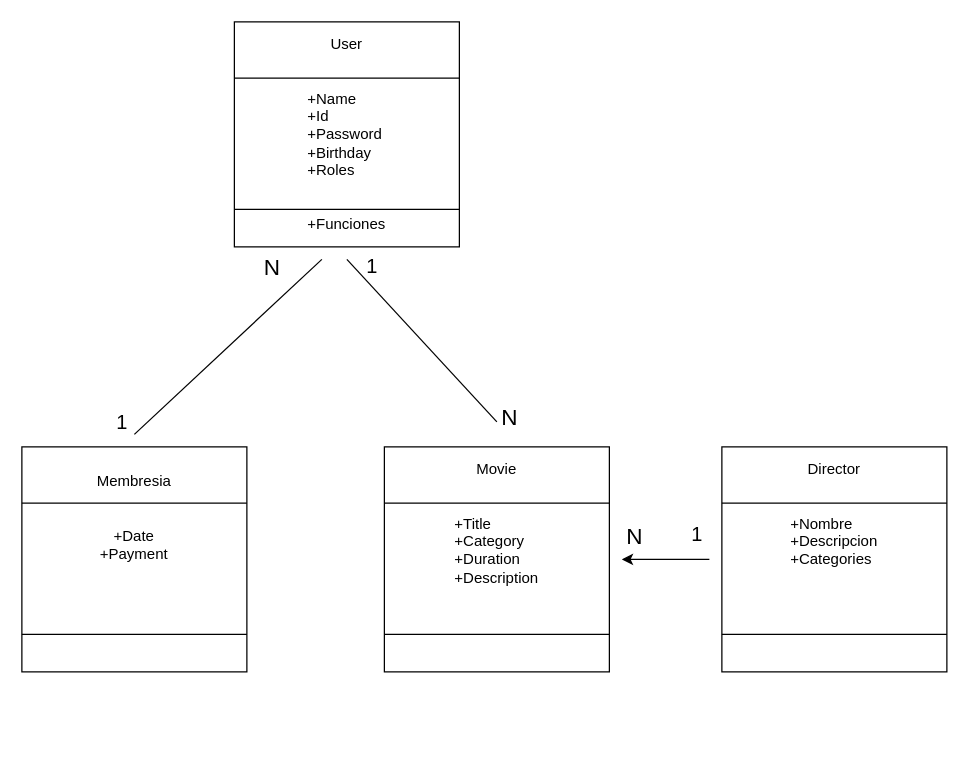
The draw.io diagram docs/ModeloDeDominio.drawio in Francesco-Dagostino/FantacineApi, before the edit. Source tidied: cells renumbered, new cells numbered last; positions are measured from the earlier drawing's top-left corner, leaving out a move shared by most shapes. Both pictures are drawn from the tidied source at 125%, with x=0, y=0 at pixel (21, 21).
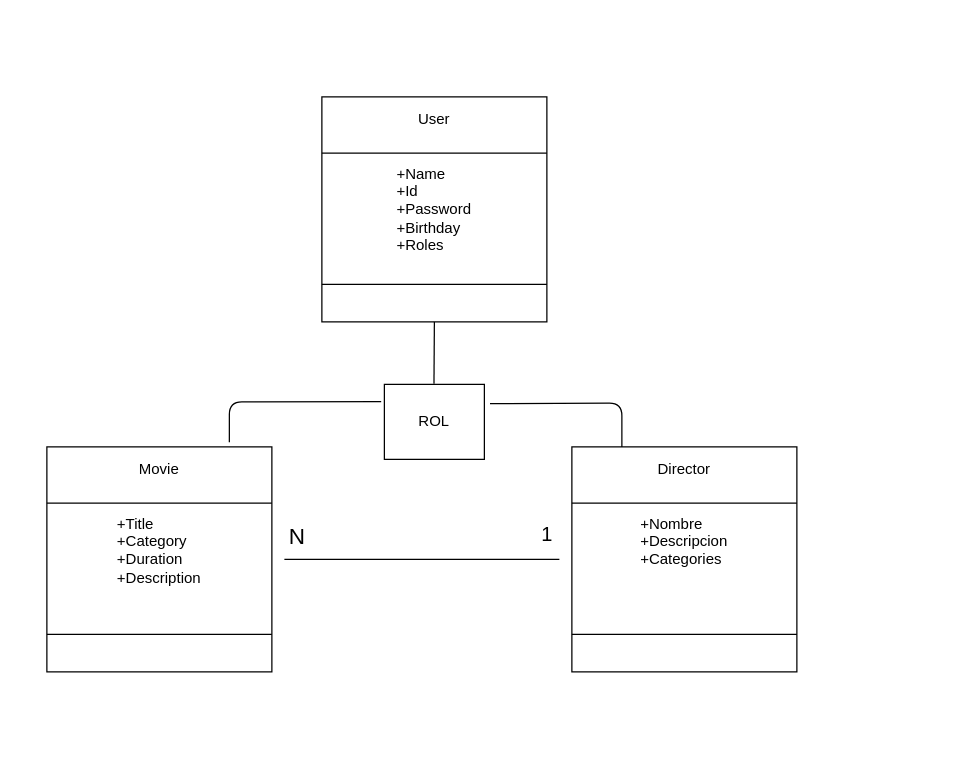
Above is the later version.

Commit message:
Correccion ModeloDeDominio

What changed in the source:
```diff
@@
     <mxCell id="2" style="endArrow=none;html=1;" parent="1" edge="1">
       <mxGeometry relative="1" as="geometry">
-        <mxPoint x="180" y="70" as="sourcePoint" />
-        <mxPoint x="180" y="70" as="targetPoint" />
+        <mxPoint x="250" y="130" as="sourcePoint" />
+        <mxPoint x="250" y="130" as="targetPoint" />
       </mxGeometry>
     </mxCell>
-    <mxCell id="3" value="&lt;div style=&quot;&quot;&gt;&lt;span style=&quot;background-color: initial;&quot;&gt;User&lt;/span&gt;&lt;/div&gt;&lt;div style=&quot;&quot;&gt;&lt;br&gt;&lt;/div&gt;&lt;div style=&quot;&quot;&gt;&lt;br&gt;&lt;/div&gt;&lt;div style=&quot;text-align: justify;&quot;&gt;&lt;span style=&quot;background-color: initial;&quot;&gt;+Name&lt;/span&gt;&lt;/div&gt;&lt;div style=&quot;text-align: justify;&quot;&gt;&lt;span style=&quot;background-color: initial;&quot;&gt;+Id&lt;/span&gt;&lt;/div&gt;&lt;div style=&quot;text-align: justify;&quot;&gt;&lt;span style=&quot;background-color: initial;&quot;&gt;+Password&lt;/span&gt;&lt;/div&gt;&lt;div style=&quot;text-align: justify;&quot;&gt;&lt;span style=&quot;background-color: initial;&quot;&gt;+Birthday&lt;/span&gt;&lt;/div&gt;&lt;div style=&quot;text-align: justify;&quot;&gt;&lt;span style=&quot;background-color: initial;&quot;&gt;+Roles&lt;/span&gt;&lt;/div&gt;&lt;div style=&quot;text-align: justify;&quot;&gt;&lt;br&gt;&lt;/div&gt;&lt;div style=&quot;text-align: justify;&quot;&gt;&lt;br&gt;&lt;/div&gt;&lt;div style=&quot;&quot;&gt;&lt;span style=&quot;background-color: initial;&quot;&gt;+Funciones&lt;/span&gt;&lt;/div&gt;" style="whiteSpace=wrap;html=1;" parent="1" vertex="1">
-      <mxGeometry x="170" width="180" height="180" as="geometry" />
+    <mxCell id="3" value="&lt;div style=&quot;&quot;&gt;&lt;span style=&quot;background-color: initial;&quot;&gt;User&lt;/span&gt;&lt;/div&gt;&lt;div style=&quot;&quot;&gt;&lt;br&gt;&lt;/div&gt;&lt;div style=&quot;&quot;&gt;&lt;br&gt;&lt;/div&gt;&lt;div style=&quot;text-align: justify;&quot;&gt;&lt;span style=&quot;background-color: initial;&quot;&gt;+Name&lt;/span&gt;&lt;/div&gt;&lt;div style=&quot;text-align: justify;&quot;&gt;&lt;span style=&quot;background-color: initial;&quot;&gt;+Id&lt;/span&gt;&lt;/div&gt;&lt;div style=&quot;text-align: justify;&quot;&gt;&lt;span style=&quot;background-color: initial;&quot;&gt;+Password&lt;/span&gt;&lt;/div&gt;&lt;div style=&quot;text-align: justify;&quot;&gt;&lt;span style=&quot;background-color: initial;&quot;&gt;+Birthday&lt;/span&gt;&lt;/div&gt;&lt;div style=&quot;text-align: justify;&quot;&gt;&lt;span style=&quot;background-color: initial;&quot;&gt;+Roles&lt;/span&gt;&lt;/div&gt;&lt;div style=&quot;text-align: justify;&quot;&gt;&lt;br&gt;&lt;/div&gt;&lt;div style=&quot;text-align: justify;&quot;&gt;&lt;br&gt;&lt;/div&gt;&lt;div style=&quot;&quot;&gt;&lt;br&gt;&lt;/div&gt;" style="whiteSpace=wrap;html=1;" parent="1" vertex="1">
+      <mxGeometry x="240" y="60" width="180" height="180" as="geometry" />
     </mxCell>
@@
     <mxCell id="5" style="endArrow=none;html=1;entryX=1;entryY=0.25;entryDx=0;entryDy=0;exitX=0;exitY=0.25;exitDx=0;exitDy=0;" parent="1" edge="1">
       <mxGeometry relative="1" as="geometry">
-        <mxPoint x="170" y="150" as="sourcePoint" />
-        <mxPoint x="350" y="150" as="targetPoint" />
+        <mxPoint x="240" y="210" as="sourcePoint" />
+        <mxPoint x="420" y="210" as="targetPoint" />
       </mxGeometry>
     </mxCell>
-    <mxCell id="6" value="&#10;Membresia&#10;&#10;&#10;+Date&#10;+Payment&#10;&#10;&#10;&#10;&#10;&#10;&#10;&#10;&#10;&#10;" style="whiteSpace=wrap;horizontal=1;verticalAlign=top;align=center;" parent="1" vertex="1">
-      <mxGeometry y="340" width="180" height="180" as="geometry" />
-    </mxCell>
-    <mxCell id="7" style="endArrow=none;html=1;entryX=1;entryY=0.25;entryDx=0;entryDy=0;exitX=0;exitY=0.25;exitDx=0;exitDy=0;" parent="1" edge="1" source="6" target="6">
-      <mxGeometry relative="1" as="geometry" />
-    </mxCell>
-    <mxCell id="8" style="endArrow=none;html=1;entryX=1;entryY=0.25;entryDx=0;entryDy=0;exitX=0;exitY=0.25;exitDx=0;exitDy=0;" parent="1" edge="1">
-      <mxGeometry relative="1" as="geometry">
-        <mxPoint y="490" as="sourcePoint" />
-        <mxPoint x="180" y="490" as="targetPoint" />
-      </mxGeometry>
-    </mxCell>
     <mxCell id="9" value="&lt;div style=&quot;&quot;&gt;Movie&lt;/div&gt;&lt;div style=&quot;&quot;&gt;&lt;br&gt;&lt;/div&gt;&lt;div style=&quot;text-align: justify;&quot;&gt;&lt;span style=&quot;background-color: initial;&quot;&gt;&lt;br&gt;&lt;/span&gt;&lt;/div&gt;&lt;div style=&quot;text-align: justify;&quot;&gt;&lt;span style=&quot;background-color: initial;&quot;&gt;+Title&lt;/span&gt;&lt;/div&gt;&lt;div style=&quot;text-align: justify;&quot;&gt;&lt;span style=&quot;background-color: initial;&quot;&gt;+Category&lt;/span&gt;&lt;/div&gt;&lt;div style=&quot;text-align: justify;&quot;&gt;&lt;span style=&quot;background-color: initial;&quot;&gt;+Duration&lt;/span&gt;&lt;/div&gt;&lt;div style=&quot;text-align: justify;&quot;&gt;&lt;span style=&quot;background-color: initial;&quot;&gt;+Description&lt;/span&gt;&lt;/div&gt;&lt;div style=&quot;text-align: justify;&quot;&gt;&lt;br&gt;&lt;/div&gt;&lt;div style=&quot;text-align: justify;&quot;&gt;&lt;br&gt;&lt;/div&gt;&lt;div style=&quot;text-align: justify;&quot;&gt;&lt;br&gt;&lt;/div&gt;&lt;div style=&quot;&quot;&gt;&lt;br&gt;&lt;/div&gt;" style="whiteSpace=wrap;html=1;" parent="1" vertex="1">
-      <mxGeometry x="290" y="340" width="180" height="180" as="geometry" />
+      <mxGeometry x="20" y="340" width="180" height="180" as="geometry" />
     </mxCell>
@@
     <mxCell id="11" style="endArrow=none;html=1;entryX=1;entryY=0.25;entryDx=0;entryDy=0;exitX=0;exitY=0.25;exitDx=0;exitDy=0;" parent="1" edge="1">
       <mxGeometry relative="1" as="geometry">
-        <mxPoint x="290" y="490" as="sourcePoint" />
-        <mxPoint x="470" y="490" as="targetPoint" />
+        <mxPoint x="20" y="490" as="sourcePoint" />
+        <mxPoint x="200" y="490" as="targetPoint" />
       </mxGeometry>
     </mxCell>
     <mxCell id="12" value="&lt;div style=&quot;&quot;&gt;Director&lt;/div&gt;&lt;div style=&quot;&quot;&gt;&lt;br&gt;&lt;/div&gt;&lt;div style=&quot;text-align: justify;&quot;&gt;&lt;span style=&quot;background-color: initial;&quot;&gt;&lt;br&gt;&lt;/span&gt;&lt;/div&gt;&lt;div style=&quot;text-align: justify;&quot;&gt;&lt;span style=&quot;background-color: initial;&quot;&gt;+Nombre&lt;/span&gt;&lt;/div&gt;&lt;div style=&quot;text-align: justify;&quot;&gt;&lt;span style=&quot;background-color: initial;&quot;&gt;+Descripcion&lt;/span&gt;&lt;/div&gt;&lt;div style=&quot;text-align: justify;&quot;&gt;&lt;span style=&quot;background-color: initial;&quot;&gt;+Categories&lt;/span&gt;&lt;/div&gt;&lt;div style=&quot;text-align: justify;&quot;&gt;&lt;br&gt;&lt;/div&gt;&lt;div style=&quot;text-align: justify;&quot;&gt;&lt;br&gt;&lt;/div&gt;&lt;div style=&quot;text-align: justify;&quot;&gt;&lt;br&gt;&lt;/div&gt;&lt;div style=&quot;text-align: justify;&quot;&gt;&lt;br&gt;&lt;/div&gt;&lt;div style=&quot;&quot;&gt;&lt;br&gt;&lt;/div&gt;" style="whiteSpace=wrap;html=1;" parent="1" vertex="1">
-      <mxGeometry x="560" y="340" width="180" height="180" as="geometry" />
+      <mxGeometry x="440" y="340" width="180" height="180" as="geometry" />
     </mxCell>
@@
     <mxCell id="14" style="endArrow=none;html=1;entryX=1;entryY=0.25;entryDx=0;entryDy=0;exitX=0;exitY=0.25;exitDx=0;exitDy=0;" parent="1" edge="1">
       <mxGeometry relative="1" as="geometry">
-        <mxPoint x="560" y="490" as="sourcePoint" />
-        <mxPoint x="740" y="490" as="targetPoint" />
+        <mxPoint x="440" y="490" as="sourcePoint" />
+        <mxPoint x="620" y="490" as="targetPoint" />
       </mxGeometry>
     </mxCell>
-    <mxCell id="15" style="endArrow=none;html=1;" parent="1" edge="1">
-      <mxGeometry relative="1" as="geometry">
-        <mxPoint x="90" y="330" as="sourcePoint" />
-        <mxPoint x="240" y="190" as="targetPoint" />
-      </mxGeometry>
-    </mxCell>
-    <mxCell id="16" value="1" style="text;strokeColor=none;fillColor=none;html=1;fontSize=16;fontStyle=0;verticalAlign=middle;align=center;spacing=2;" parent="1" vertex="1">
-      <mxGeometry x="50" y="310" width="60" height="20" as="geometry" />
-    </mxCell>
-    <mxCell id="17" value="&lt;font style=&quot;font-size: 18px;&quot;&gt;N&lt;/font&gt;" style="text;strokeColor=none;fillColor=none;html=1;fontSize=24;fontStyle=0;verticalAlign=middle;align=center;" parent="1" vertex="1">
-      <mxGeometry x="180" y="190" width="40" height="10" as="geometry" />
-    </mxCell>
-    <mxCell id="18" style="endArrow=none;html=1;" parent="1" edge="1">
+    <mxCell id="18" style="endArrow=none;html=1;entryX=1.056;entryY=0.256;entryDx=0;entryDy=0;entryPerimeter=0;" parent="1" edge="1" target="26">
       <mxGeometry relative="1" as="geometry">
-        <mxPoint x="380" y="320" as="sourcePoint" />
-        <mxPoint x="260" y="190" as="targetPoint" />
+        <mxPoint x="480" y="340" as="sourcePoint" />
+        <Array as="points">
+          <mxPoint x="480" y="305" />
+        </Array>
       </mxGeometry>
     </mxCell>
-    <mxCell id="19" value="1" style="text;strokeColor=none;fillColor=none;html=1;fontSize=16;fontStyle=0;verticalAlign=middle;align=center;spacing=2;" parent="1" vertex="1">
-      <mxGeometry x="250" y="185" width="60" height="20" as="geometry" />
-    </mxCell>
-    <mxCell id="20" value="&lt;font style=&quot;font-size: 18px;&quot;&gt;N&lt;/font&gt;" style="text;strokeColor=none;fillColor=none;html=1;fontSize=24;fontStyle=0;verticalAlign=middle;align=center;" parent="1" vertex="1">
-      <mxGeometry x="370" y="310" width="40" height="10" as="geometry" />
-    </mxCell>
     <mxCell id="21" style="endArrow=classic;html=1;fontSize=18;" parent="1" edge="1">
       <mxGeometry relative="1" as="geometry">
-        <mxPoint x="550" y="430" as="sourcePoint" />
-        <mxPoint x="480" y="430" as="targetPoint" />
+        <mxPoint x="290" y="440" as="sourcePoint" />
+        <mxPoint x="290" y="440" as="targetPoint" />
       </mxGeometry>
     </mxCell>
     <mxCell id="22" value="1" style="text;strokeColor=none;fillColor=none;html=1;fontSize=16;fontStyle=0;verticalAlign=middle;align=center;spacing=2;" parent="1" vertex="1">
-      <mxGeometry x="510" y="400" width="60" height="20" as="geometry" />
+      <mxGeometry x="390" y="400" width="60" height="20" as="geometry" />
     </mxCell>
     <mxCell id="23" value="&lt;font style=&quot;font-size: 18px;&quot;&gt;N&lt;/font&gt;" style="text;strokeColor=none;fillColor=none;html=1;fontSize=24;fontStyle=0;verticalAlign=middle;align=center;" parent="1" vertex="1">
-      <mxGeometry x="470" y="405" width="40" height="10" as="geometry" />
+      <mxGeometry x="200" y="405" width="40" height="10" as="geometry" />
     </mxCell>
+    <mxCell id="24" style="endArrow=none;html=1;" parent="1" edge="1">
+      <mxGeometry relative="1" as="geometry">
+        <mxPoint x="430" y="430" as="sourcePoint" />
+        <mxPoint x="210" y="430" as="targetPoint" />
+      </mxGeometry>
+    </mxCell>
+    <mxCell id="25" style="shape=table;startSize=0;childLayout=tableLayout;" parent="1" vertex="1">
+      <mxGeometry x="290" y="290" width="80" height="60" as="geometry" />
+    </mxCell>
+    <mxCell id="26" style="shape=tableRow;horizontal=0;startSize=0;swimlaneHead=0;swimlaneBody=0;top=0;left=0;bottom=0;right=0;fillColor=none;points=[[0,0.5],[1,0.5]];portConstraint=eastwest;" parent="25" vertex="1">
+      <mxGeometry width="80" height="60" as="geometry" />
+    </mxCell>
+    <mxCell id="27" value="ROL" style="shape=partialRectangle;html=1;whiteSpace=wrap;overflow=hidden;fillColor=none;top=0;left=0;bottom=0;right=0;" parent="26" vertex="1">
+      <mxGeometry width="80" height="60" as="geometry" />
+    </mxCell>
+    <mxCell id="28" style="endArrow=none;html=1;entryX=0.811;entryY=-0.021;entryDx=0;entryDy=0;entryPerimeter=0;exitX=-0.032;exitY=0.23;exitDx=0;exitDy=0;exitPerimeter=0;" parent="1" edge="1" source="26" target="9">
+      <mxGeometry relative="1" as="geometry">
+        <Array as="points">
+          <mxPoint x="166" y="304" />
+        </Array>
+      </mxGeometry>
+    </mxCell>
+    <mxCell id="29" style="endArrow=none;html=1;exitX=0.496;exitY=-0.008;exitDx=0;exitDy=0;exitPerimeter=0;entryX=0.5;entryY=1;entryDx=0;entryDy=0;" parent="1" edge="1" source="26" target="3">
+      <mxGeometry relative="1" as="geometry" />
+    </mxCell>
```
